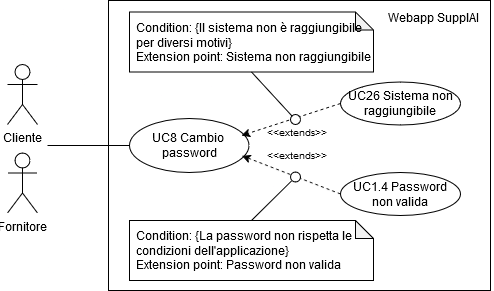
CodeHex16/documentazione keeps this draw.io diagram as 2 - RTB/imgs/cambio-password.png. Above is the earlier version. Source tidied: cells renumbered, new cells last; positions are measured from the earlier drawing's top-left corner, leaving out a move shared by most shapes.
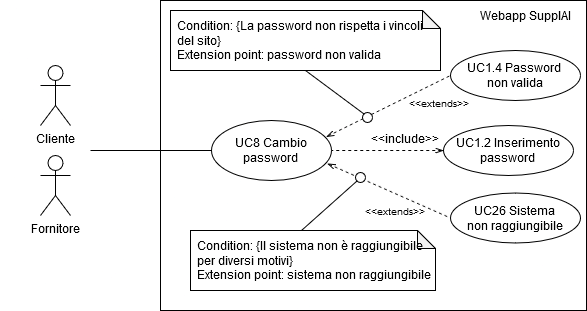
After the commit.

Diff of the diagram source:
```diff
@@ -2,63 +2,74 @@
   <root>
     <mxCell id="0" />
     <mxCell id="1" parent="0" />
-    <mxCell id="2" style="rounded=0;whiteSpace=wrap;html=1;fillColor=none;align=right;" parent="1" vertex="1">
-      <mxGeometry x="101" width="382" height="290" as="geometry" />
+    <mxCell id="2" style="rounded=0;whiteSpace=wrap;html=1;fillColor=none;align=right;strokeColor=none;" parent="1" vertex="1">
+      <mxGeometry x="-222" y="35" width="70" height="190" as="geometry" />
     </mxCell>
-    <mxCell id="3" value="&lt;div&gt;UC8 Cambio&amp;nbsp;&lt;/div&gt;&lt;div&gt;password&lt;/div&gt;" style="ellipse;whiteSpace=wrap;html=1;" parent="1" vertex="1">
-      <mxGeometry x="122" y="118" width="119.5" height="54" as="geometry" />
+    <mxCell id="3" style="rounded=0;whiteSpace=wrap;html=1;fillColor=none;align=right;" parent="1" vertex="1">
+      <mxGeometry x="-82" y="-20" width="426" height="310" as="geometry" />
     </mxCell>
-    <mxCell id="4" value="Webapp SupplAI" style="text;html=1;align=center;verticalAlign=middle;whiteSpace=wrap;rounded=0;" parent="1" vertex="1">
-      <mxGeometry x="366" y="1.5" width="120" height="30" as="geometry" />
+    <mxCell id="4" value="Fornitore" style="shape=umlActor;verticalLabelPosition=bottom;verticalAlign=top;html=1;" parent="1" vertex="1">
+      <mxGeometry x="-202" y="135" width="30" height="60" as="geometry" />
     </mxCell>
-    <mxCell id="5" style="endArrow=none;html=1;rounded=0;entryX=0;entryY=0.5;entryDx=0;entryDy=0;exitX=1;exitY=0.5;exitDx=0;exitDy=0;" parent="1" edge="1" target="3">
-      <mxGeometry relative="1" as="geometry">
-        <mxPoint x="40" y="145" as="sourcePoint" />
-      </mxGeometry>
+    <mxCell id="5" style="rounded=0;jettySize=auto;html=1;exitX=0.964;exitY=0.717;exitDx=0;exitDy=0;entryX=0;entryY=0.5;entryDx=0;entryDy=0;endArrow=none;endFill=0;dashed=1;startArrow=openThin;startFill=0;exitPerimeter=0;" parent="1" edge="1" source="6" target="15">
+      <mxGeometry relative="1" as="geometry" />
     </mxCell>
-    <mxCell id="6" value="Cliente" style="shape=umlActor;verticalLabelPosition=bottom;verticalAlign=top;html=1;outlineConnect=0;" parent="1" vertex="1">
-      <mxGeometry y="64" width="30" height="60" as="geometry" />
+    <mxCell id="6" value="&lt;div&gt;UC8 Cambio&lt;/div&gt;&lt;div&gt;password&lt;br&gt;&lt;/div&gt;" style="ellipse;whiteSpace=wrap;html=1;" parent="1" vertex="1">
+      <mxGeometry x="-31" y="100" width="120" height="60" as="geometry" />
     </mxCell>
-    <mxCell id="7" value="Fornitore" style="shape=umlActor;verticalLabelPosition=bottom;verticalAlign=top;html=1;" parent="1" vertex="1">
-      <mxGeometry y="152.5" width="30" height="60" as="geometry" />
+    <mxCell id="7" style="endArrow=none;html=1;rounded=0;entryX=0;entryY=0.5;entryDx=0;entryDy=0;exitX=1;exitY=0.5;exitDx=0;exitDy=0;" parent="1" edge="1" source="2" target="6">
+      <mxGeometry relative="1" as="geometry" />
     </mxCell>
-    <mxCell id="8" value="UC26 Sistema non raggiungibile" style="ellipse;whiteSpace=wrap;html=1;" parent="1" vertex="1">
-      <mxGeometry x="333" y="81.5" width="120" height="43" as="geometry" />
+    <mxCell id="8" value="&lt;div&gt;UC1.4 Password&amp;nbsp;&lt;/div&gt;&lt;div&gt;non valida&lt;br&gt;&lt;/div&gt;" style="ellipse;whiteSpace=wrap;html=1;" parent="1" vertex="1">
+      <mxGeometry x="208" y="30" width="130" height="50" as="geometry" />
     </mxCell>
-    <mxCell id="9" value="&lt;div align=&quot;left&quot; style=&quot;padding-left: 5px;&quot;&gt;Condition: {Il sistema non è raggiungibile&lt;/div&gt;&lt;div align=&quot;left&quot; style=&quot;padding-left: 5px;&quot;&gt;per diversi motivi}&lt;/div&gt;&lt;div align=&quot;left&quot; style=&quot;padding-left: 5px;&quot;&gt;Extension point: Sistema non raggiungibile&lt;br&gt;&lt;/div&gt;" style="shape=note;whiteSpace=wrap;html=1;backgroundOutline=1;darkOpacity=0.05;size=18;align=left;" parent="1" vertex="1">
-      <mxGeometry x="122" y="11.5" width="244" height="60" as="geometry" />
+    <mxCell id="9" style="endArrow=none;html=1;rounded=0;exitX=0;exitY=0;exitDx=111;exitDy=0;exitPerimeter=0;entryX=0;entryY=1;entryDx=0;entryDy=0;" parent="1" edge="1" source="10" target="12">
+      <mxGeometry relative="1" as="geometry" />
     </mxCell>
-    <mxCell id="10" value="&lt;font style=&quot;font-size: 10px;&quot;&gt;&amp;lt;&amp;lt;extends&amp;gt;&amp;gt;&lt;/font&gt;" style="text;html=1;whiteSpace=wrap;overflow=hidden;rounded=0;" parent="1" vertex="1">
-      <mxGeometry x="257.5" y="118" width="69" height="19" as="geometry" />
+    <mxCell id="10" value="&lt;div align=&quot;left&quot; style=&quot;padding-left: 5px;&quot;&gt;Condition: {Il sistema non è raggiungibile&lt;/div&gt;&lt;div align=&quot;left&quot; style=&quot;padding-left: 5px;&quot;&gt;per diversi motivi}&lt;/div&gt;&lt;div align=&quot;left&quot; style=&quot;padding-left: 5px;&quot;&gt;Extension point: sistema non raggiungibile&lt;br&gt;&lt;/div&gt;" style="shape=note;whiteSpace=wrap;html=1;backgroundOutline=1;darkOpacity=0.05;size=18;align=left;" parent="1" vertex="1">
+      <mxGeometry x="-52" y="210" width="245" height="60" as="geometry" />
     </mxCell>
-    <mxCell id="11" style="endArrow=none;html=1;rounded=0;exitX=0.5;exitY=1;exitDx=0;exitDy=0;exitPerimeter=0;endFill=0;entryX=0;entryY=0;entryDx=0;entryDy=0;" parent="1" edge="1" source="9" target="13">
-      <mxGeometry relative="1" as="geometry" />
+    <mxCell id="11" value="Webapp SupplAI" style="text;html=1;align=center;verticalAlign=middle;whiteSpace=wrap;rounded=0;" parent="1" vertex="1">
+      <mxGeometry x="229" y="-20" width="109" height="30" as="geometry" />
     </mxCell>
-    <mxCell id="12" style="rounded=0;jettySize=auto;html=1;entryX=0.937;entryY=0.316;entryDx=0;entryDy=0;entryPerimeter=0;exitX=0;exitY=0.5;exitDx=0;exitDy=0;dashed=1;" parent="1" edge="1" source="8" target="3">
-      <mxGeometry relative="1" as="geometry" />
+    <mxCell id="12" style="ellipse;whiteSpace=wrap;html=1;" parent="1" vertex="1">
+      <mxGeometry x="113" y="152" width="10" height="10" as="geometry" />
     </mxCell>
-    <mxCell id="13" style="ellipse;whiteSpace=wrap;html=1;" parent="1" vertex="1">
-      <mxGeometry x="283" y="114" width="10" height="10" as="geometry" />
+    <mxCell id="13" style="rounded=0;whiteSpace=wrap;html=1;fillColor=none;strokeColor=none;" parent="1" vertex="1">
+      <mxGeometry x="-242" y="99" width="10" height="45" as="geometry" />
     </mxCell>
-    <mxCell id="14" value="&lt;div&gt;UC1.4 Password&lt;/div&gt;&lt;div&gt;non valida&lt;br&gt;&lt;/div&gt;" style="ellipse;whiteSpace=wrap;html=1;" parent="1" vertex="1">
-      <mxGeometry x="333" y="172" width="120" height="43" as="geometry" />
+    <mxCell id="14" value="Cliente" style="shape=umlActor;verticalLabelPosition=bottom;verticalAlign=top;html=1;outlineConnect=0;" parent="1" vertex="1">
+      <mxGeometry x="-202" y="45" width="30" height="60" as="geometry" />
     </mxCell>
-    <mxCell id="15" style="rounded=0;jettySize=auto;html=1;entryX=0.941;entryY=0.69;entryDx=0;entryDy=0;entryPerimeter=0;exitX=0;exitY=0.5;exitDx=0;exitDy=0;dashed=1;" parent="1" edge="1" source="14" target="3">
-      <mxGeometry relative="1" as="geometry" />
+    <mxCell id="15" value="&lt;div&gt;UC26 Sistema&lt;/div&gt;&lt;div&gt;non raggiungibile&lt;br&gt;&lt;/div&gt;" style="ellipse;whiteSpace=wrap;html=1;" parent="1" vertex="1">
+      <mxGeometry x="208" y="172.5" width="130" height="50" as="geometry" />
     </mxCell>
-    <mxCell id="16" value="&lt;div align=&quot;left&quot; style=&quot;padding-left: 5px;&quot;&gt;Condition: {La password non rispetta le condizioni dell'applicazione}&lt;/div&gt;&lt;div align=&quot;left&quot; style=&quot;padding-left: 5px;&quot;&gt;Extension point: Password non valida&lt;br&gt;&lt;/div&gt;" style="shape=note;whiteSpace=wrap;html=1;backgroundOutline=1;darkOpacity=0.05;size=18;align=left;" parent="1" vertex="1">
-      <mxGeometry x="122" y="220" width="244" height="60" as="geometry" />
+    <mxCell id="16" style="rounded=0;jettySize=auto;html=1;exitX=0.957;exitY=0.272;exitDx=0;exitDy=0;entryX=0;entryY=0.5;entryDx=0;entryDy=0;endArrow=none;endFill=0;dashed=1;startArrow=openThin;startFill=0;exitPerimeter=0;" parent="1" edge="1" source="6" target="8">
+      <mxGeometry relative="1" as="geometry" />
     </mxCell>
-    <mxCell id="17" style="endArrow=none;html=1;rounded=0;exitX=0.5;exitY=0;exitDx=0;exitDy=0;exitPerimeter=0;endFill=0;" parent="1" edge="1" source="16">
-      <mxGeometry relative="1" as="geometry">
-        <mxPoint x="284" y="180.5" as="targetPoint" />
-      </mxGeometry>
+    <mxCell id="17" value="&lt;font style=&quot;font-size: 10px;&quot;&gt;&amp;lt;&amp;lt;extends&amp;gt;&amp;gt;&lt;/font&gt;" style="text;html=1;whiteSpace=wrap;overflow=hidden;rounded=0;" parent="1" vertex="1">
+      <mxGeometry x="121" y="177" width="80" height="20" as="geometry" />
     </mxCell>
-    <mxCell id="18" style="ellipse;whiteSpace=wrap;html=1;" parent="1" vertex="1">
-      <mxGeometry x="283" y="171.5" width="10" height="10" as="geometry" />
+    <mxCell id="18" value="&lt;div align=&quot;left&quot; style=&quot;padding-left: 5px;&quot;&gt;Condition: {La password non rispetta i vincoli&lt;/div&gt;&lt;div align=&quot;left&quot; style=&quot;padding-left: 5px;&quot;&gt;del sito}&lt;br&gt;&lt;/div&gt;&lt;div align=&quot;left&quot; style=&quot;padding-left: 5px;&quot;&gt;Extension point: password non valida&lt;br&gt;&lt;/div&gt;" style="shape=note;whiteSpace=wrap;html=1;backgroundOutline=1;darkOpacity=0.05;size=18;align=left;" parent="1" vertex="1">
+      <mxGeometry x="-72" y="-10" width="270" height="60" as="geometry" />
     </mxCell>
-    <mxCell id="19" value="&lt;font style=&quot;font-size: 10px;&quot;&gt;&amp;lt;&amp;lt;extends&amp;gt;&amp;gt;&lt;/font&gt;" style="text;html=1;whiteSpace=wrap;overflow=hidden;rounded=0;" parent="1" vertex="1">
-      <mxGeometry x="257.5" y="140.5" width="69" height="19" as="geometry" />
+    <mxCell id="19" style="ellipse;whiteSpace=wrap;html=1;" parent="1" vertex="1">
+      <mxGeometry x="120" y="92" width="10" height="10" as="geometry" />
     </mxCell>
+    <mxCell id="20" style="endArrow=none;html=1;rounded=0;exitX=0.5;exitY=1;exitDx=0;exitDy=0;exitPerimeter=0;entryX=0;entryY=0;entryDx=0;entryDy=0;" parent="1" edge="1" source="18" target="19">
+      <mxGeometry relative="1" as="geometry" />
+    </mxCell>
+    <mxCell id="21" value="&lt;font style=&quot;font-size: 10px;&quot;&gt;&amp;lt;&amp;lt;extends&amp;gt;&amp;gt;&lt;/font&gt;" style="text;html=1;whiteSpace=wrap;overflow=hidden;rounded=0;" parent="1" vertex="1">
+      <mxGeometry x="165" y="69" width="71" height="30" as="geometry" />
+    </mxCell>
+    <mxCell id="22" value="&lt;div&gt;UC1.2 Inserimento&lt;/div&gt;&lt;div&gt;password&lt;br&gt;&lt;/div&gt;" style="ellipse;whiteSpace=wrap;html=1;" parent="1" vertex="1">
+      <mxGeometry x="201" y="105" width="130" height="50" as="geometry" />
+    </mxCell>
+    <mxCell id="23" style="rounded=0;jettySize=auto;html=1;exitX=0;exitY=0.5;exitDx=0;exitDy=0;entryX=1;entryY=0.5;entryDx=0;entryDy=0;endArrow=none;endFill=0;dashed=1;startArrow=openThin;startFill=0;" parent="1" edge="1" source="22" target="6">
+      <mxGeometry relative="1" as="geometry" />
+    </mxCell>
+    <mxCell id="24" value="&amp;lt;&amp;lt;include&amp;gt;&amp;gt;" style="text;html=1;whiteSpace=wrap;overflow=hidden;rounded=0;" parent="1" vertex="1">
+      <mxGeometry x="127" y="105" width="71" height="30" as="geometry" />
+    </mxCell>
   </root>
 </mxGraphModel>
```
